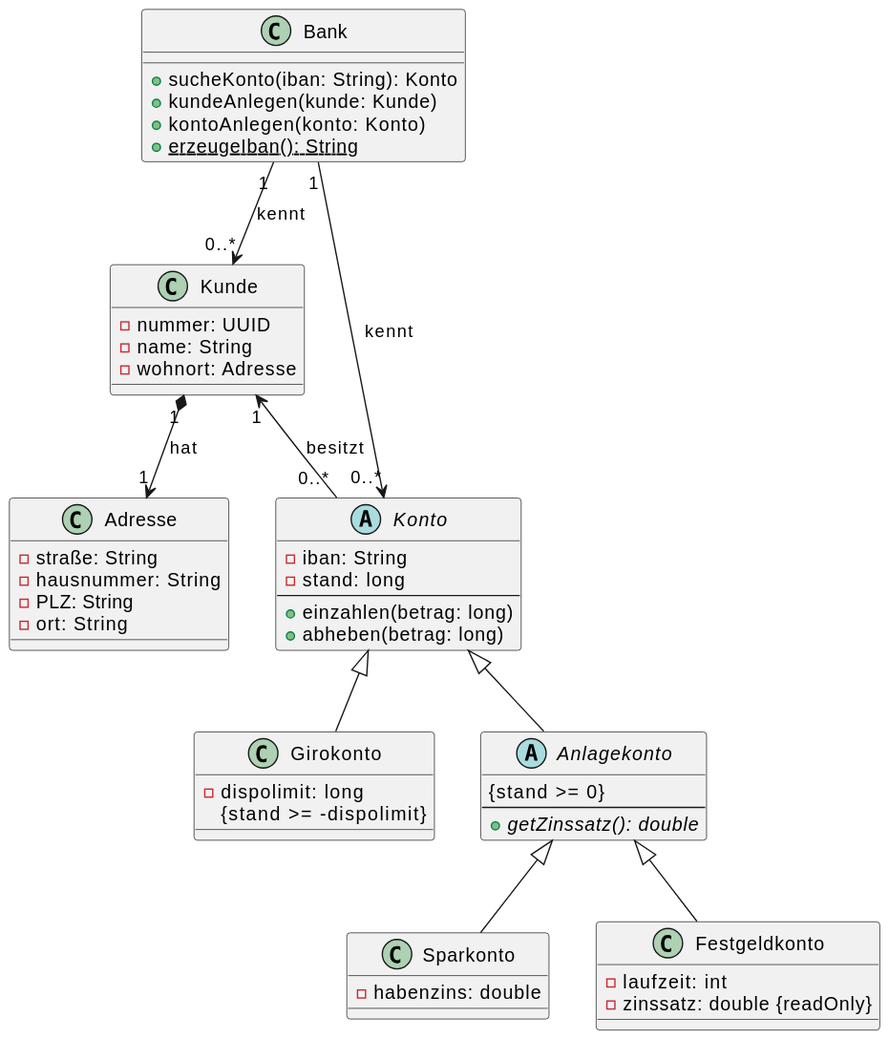
This is docs/bank_3.svg from ueberfuhr-trainings/java-grundlagen-2026-10-05, a PlantUML export, as it was before one commit.
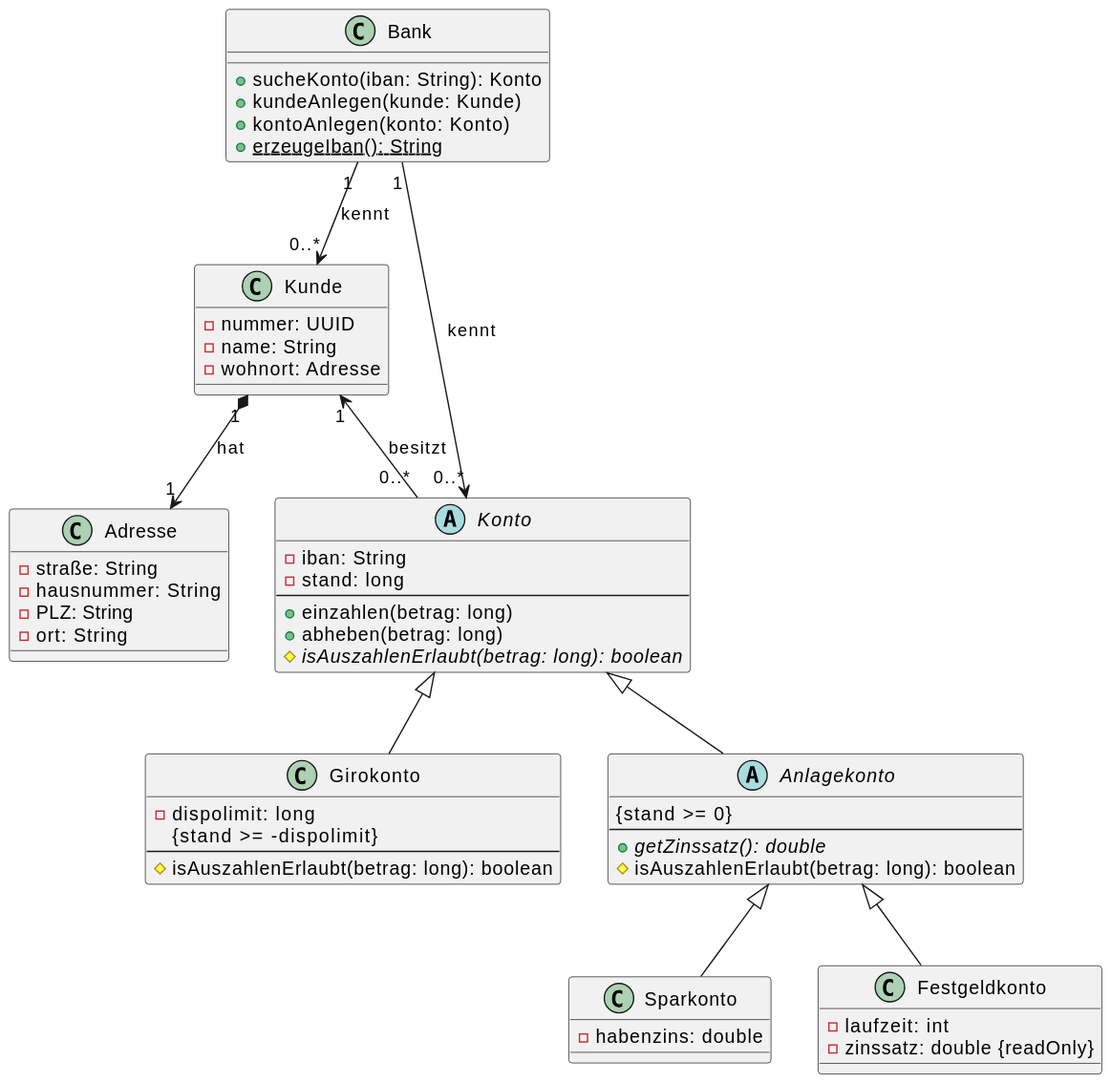
After the change.

Commit message:
Polymorphie (Bank)

Change to the diagram source:
```diff
@@ -18,17 +18,21 @@
     --
     +einzahlen(betrag: long)
     +abheben(betrag: long)
+    {abstract} #isAuszahlenErlaubt(betrag: long): boolean
 }
 
 class Girokonto {
     -dispolimit: long
     {stand >= -dispolimit}
+    --
+    #isAuszahlenErlaubt(betrag: long): boolean
 }
 
 abstract class Anlagekonto {
     {stand >= 0}
     --
     {abstract} +getZinssatz(): double
+    #isAuszahlenErlaubt(betrag: long): boolean
 }
 
 class Sparkonto {
```
